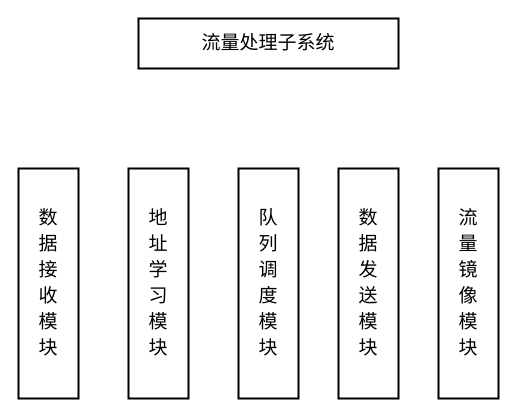
This is 子系统组成图.drawio from qiuqiu1234/my-test-pro, a draw.io file, before an edit. Source tidied: cells renumbered, new cells numbered last; positions are measured from the earlier drawing's top-left corner, leaving out a move shared by most shapes. Both pictures are drawn from the tidied source at 100%, with x=0, y=0 at pixel (18, 18).
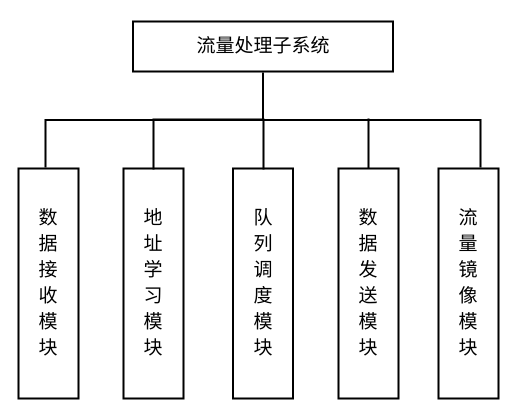
Above is the later version.

Commit message (it also covers changes not shown here):
更新子系统组成图.drawio

What changed in the source:
```diff
@@
 <mxGraphModel>
   <root>
     <mxCell id="0" />
     <mxCell id="1" parent="0" />
     <mxCell id="2" value="&lt;font style=&quot;font-size: 19px;&quot;&gt;流量处理子系统&lt;/font&gt;" style="rounded=0;whiteSpace=wrap;html=1;strokeWidth=2;" parent="1" vertex="1">
-      <mxGeometry x="120" width="260" height="50" as="geometry" />
+      <mxGeometry x="114.5" y="3" width="260" height="50" as="geometry" />
     </mxCell>
     <mxCell id="3" value="&lt;p style=&quot;line-height: 200%;&quot;&gt;&lt;span style=&quot;font-size: 19px;&quot;&gt;数&lt;br&gt;据&lt;br&gt;接&lt;br&gt;收&lt;br&gt;模&lt;br&gt;块&lt;/span&gt;&lt;/p&gt;" style="rounded=0;whiteSpace=wrap;html=1;strokeWidth=2;" parent="1" vertex="1">
       <mxGeometry y="150" width="60" height="230" as="geometry" />
     </mxCell>
     <mxCell id="4" value="&lt;p style=&quot;line-height: 100%;&quot;&gt;&lt;span style=&quot;font-size: 19px;&quot;&gt;地&lt;/span&gt;&lt;/p&gt;&lt;p style=&quot;line-height: 100%;&quot;&gt;&lt;span style=&quot;font-size: 19px;&quot;&gt;址&lt;/span&gt;&lt;/p&gt;&lt;p style=&quot;line-height: 100%;&quot;&gt;&lt;span style=&quot;font-size: 19px;&quot;&gt;学&lt;/span&gt;&lt;/p&gt;&lt;p style=&quot;line-height: 100%;&quot;&gt;&lt;span style=&quot;font-size: 19px;&quot;&gt;习&lt;/span&gt;&lt;/p&gt;&lt;p style=&quot;line-height: 100%;&quot;&gt;&lt;span style=&quot;font-size: 19px;&quot;&gt;模&lt;/span&gt;&lt;/p&gt;&lt;p style=&quot;line-height: 100%;&quot;&gt;&lt;span style=&quot;font-size: 19px;&quot;&gt;块&lt;/span&gt;&lt;/p&gt;" style="rounded=0;whiteSpace=wrap;html=1;strokeWidth=2;" parent="1" vertex="1">
-      <mxGeometry x="110" y="150" width="60" height="230" as="geometry" />
+      <mxGeometry x="105" y="150" width="60" height="230" as="geometry" />
     </mxCell>
     <mxCell id="5" value="&lt;p style=&quot;line-height: 100%;&quot;&gt;&lt;span style=&quot;font-size: 19px;&quot;&gt;队&lt;/span&gt;&lt;/p&gt;&lt;p style=&quot;line-height: 100%;&quot;&gt;&lt;span style=&quot;font-size: 19px;&quot;&gt;列&lt;/span&gt;&lt;/p&gt;&lt;p style=&quot;line-height: 100%;&quot;&gt;&lt;span style=&quot;font-size: 19px;&quot;&gt;调&lt;/span&gt;&lt;/p&gt;&lt;p style=&quot;line-height: 100%;&quot;&gt;&lt;span style=&quot;font-size: 19px;&quot;&gt;度&lt;/span&gt;&lt;/p&gt;&lt;p style=&quot;line-height: 100%;&quot;&gt;&lt;span style=&quot;font-size: 19px;&quot;&gt;模&lt;/span&gt;&lt;/p&gt;&lt;p style=&quot;line-height: 100%;&quot;&gt;&lt;span style=&quot;font-size: 19px;&quot;&gt;块&lt;/span&gt;&lt;/p&gt;" style="rounded=0;whiteSpace=wrap;html=1;strokeWidth=2;" parent="1" vertex="1">
-      <mxGeometry x="220" y="150" width="60" height="230" as="geometry" />
+      <mxGeometry x="214.5" y="150" width="60" height="230" as="geometry" />
     </mxCell>
     <mxCell id="6" value="&lt;p style=&quot;line-height: 100%;&quot;&gt;&lt;span style=&quot;font-size: 19px;&quot;&gt;数&lt;/span&gt;&lt;/p&gt;&lt;p style=&quot;line-height: 100%;&quot;&gt;&lt;span style=&quot;font-size: 19px;&quot;&gt;据&lt;/span&gt;&lt;/p&gt;&lt;p style=&quot;line-height: 100%;&quot;&gt;&lt;span style=&quot;font-size: 19px;&quot;&gt;发&lt;/span&gt;&lt;/p&gt;&lt;p style=&quot;line-height: 100%;&quot;&gt;&lt;span style=&quot;font-size: 19px;&quot;&gt;送&lt;/span&gt;&lt;/p&gt;&lt;p style=&quot;line-height: 100%;&quot;&gt;&lt;span style=&quot;font-size: 19px;&quot;&gt;模&lt;/span&gt;&lt;/p&gt;&lt;p style=&quot;line-height: 100%;&quot;&gt;&lt;span style=&quot;font-size: 19px;&quot;&gt;块&lt;/span&gt;&lt;/p&gt;" style="rounded=0;whiteSpace=wrap;html=1;strokeWidth=2;" parent="1" vertex="1">
       <mxGeometry x="320" y="150" width="60" height="230" as="geometry" />
     </mxCell>
     <mxCell id="7" value="&lt;p style=&quot;line-height: 100%;&quot;&gt;&lt;span style=&quot;font-size: 19px;&quot;&gt;流&lt;/span&gt;&lt;/p&gt;&lt;p style=&quot;line-height: 100%;&quot;&gt;&lt;span style=&quot;font-size: 19px;&quot;&gt;量&lt;/span&gt;&lt;/p&gt;&lt;p style=&quot;line-height: 100%;&quot;&gt;&lt;span style=&quot;font-size: 19px;&quot;&gt;镜&lt;/span&gt;&lt;/p&gt;&lt;p style=&quot;line-height: 100%;&quot;&gt;&lt;span style=&quot;font-size: 19px;&quot;&gt;像&lt;/span&gt;&lt;/p&gt;&lt;p style=&quot;line-height: 100%;&quot;&gt;&lt;span style=&quot;font-size: 19px;&quot;&gt;模&lt;/span&gt;&lt;/p&gt;&lt;p style=&quot;line-height: 100%;&quot;&gt;&lt;span style=&quot;font-size: 19px;&quot;&gt;块&lt;/span&gt;&lt;/p&gt;" style="rounded=0;whiteSpace=wrap;html=1;strokeWidth=2;" parent="1" vertex="1">
       <mxGeometry x="420" y="150" width="60" height="230" as="geometry" />
     </mxCell>
+    <mxCell id="8" style="strokeWidth=2;html=1;shape=mxgraph.flowchart.annotation_2;align=left;labelPosition=right;fontSize=19;rotation=90;" parent="1" vertex="1">
+      <mxGeometry x="197" y="-116" width="95" height="435" as="geometry" />
+    </mxCell>
+    <mxCell id="9" style="strokeWidth=2;html=1;shape=mxgraph.flowchart.annotation_1;align=left;fontSize=19;rotation=90;" parent="1" vertex="1">
+      <mxGeometry x="165" y="71" width="50" height="110" as="geometry" />
+    </mxCell>
+    <mxCell id="10" style="line;strokeWidth=2;direction=south;html=1;fontSize=19;" parent="1" vertex="1">
+      <mxGeometry x="345" y="100" width="10" height="50" as="geometry" />
+    </mxCell>
   </root>
 </mxGraphModel>
```
